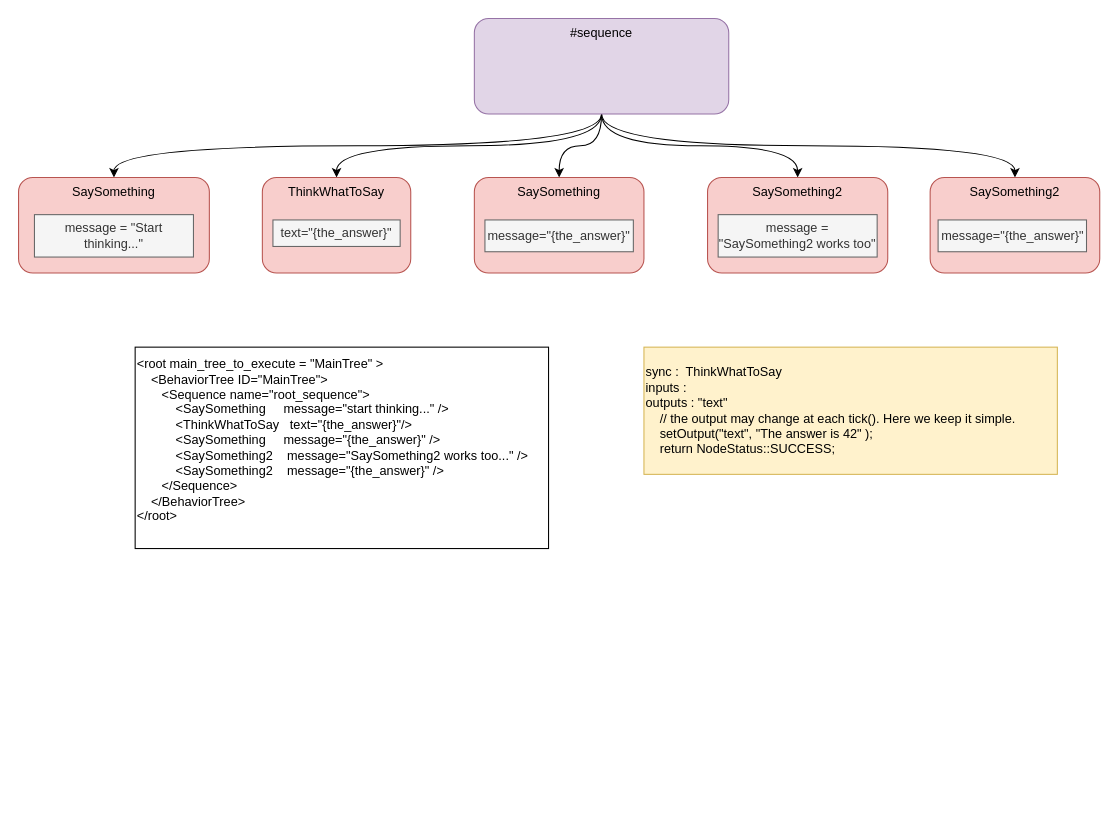
This is tree.drawio from guitarvydas/behavior_tree_to_cpp, a draw.io file, before an edit. Source tidied: cells renumbered, new cells numbered last; positions are measured from the earlier drawing's top-left corner, leaving out a move shared by most shapes. Both pictures are drawn from the tidied source at 106%, with x=0, y=0 at pixel (18, 18).
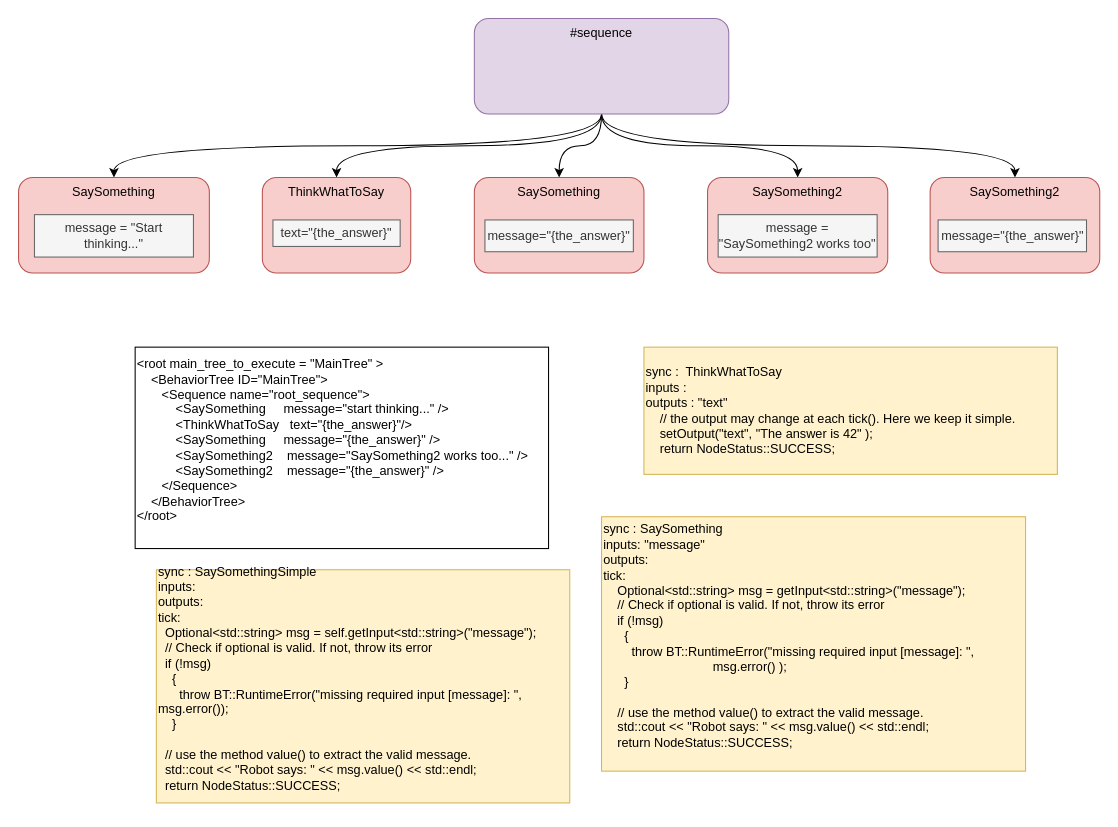
After the change.

The edit, as a diff of the source:
```diff
@@
+    <mxCell id="20" value="&lt;div&gt;&lt;div&gt;sync : SaySomething&lt;/div&gt;&lt;div&gt;inputs: &quot;message&quot;&lt;/div&gt;&lt;div&gt;outputs:&lt;/div&gt;&lt;div&gt;tick:&lt;/div&gt;&lt;div&gt;&amp;nbsp; &amp;nbsp; Optional&amp;lt;std::string&amp;gt; msg = getInput&amp;lt;std::string&amp;gt;(&quot;message&quot;);&lt;/div&gt;&lt;div&gt;&amp;nbsp; &amp;nbsp; // Check if optional is valid. If not, throw its error&lt;/div&gt;&lt;div&gt;&amp;nbsp; &amp;nbsp; if (!msg)&lt;/div&gt;&lt;div&gt;&amp;nbsp; &amp;nbsp; &amp;nbsp; {&lt;/div&gt;&lt;div&gt;&amp;nbsp; &amp;nbsp; &amp;nbsp; &amp;nbsp; throw BT::RuntimeError(&quot;missing required input [message]: &quot;,&amp;nbsp;&lt;/div&gt;&lt;div&gt;&amp;nbsp; &amp;nbsp; &amp;nbsp; &amp;nbsp; &amp;nbsp; &amp;nbsp; &amp;nbsp; &amp;nbsp; &amp;nbsp; &amp;nbsp; &amp;nbsp; &amp;nbsp; &amp;nbsp; &amp;nbsp; &amp;nbsp; &amp;nbsp;msg.error() );&lt;/div&gt;&lt;div&gt;&amp;nbsp; &amp;nbsp; &amp;nbsp; }&lt;/div&gt;&lt;div&gt;&lt;br&gt;&lt;/div&gt;&lt;div&gt;&amp;nbsp; &amp;nbsp; // use the method value() to extract the valid message.&lt;/div&gt;&lt;div&gt;&amp;nbsp; &amp;nbsp; std::cout &amp;lt;&amp;lt; &quot;Robot says: &quot; &amp;lt;&amp;lt; msg.value() &amp;lt;&amp;lt; std::endl;&lt;/div&gt;&lt;div&gt;&amp;nbsp; &amp;nbsp; return NodeStatus::SUCCESS;&lt;/div&gt;&lt;/div&gt;&lt;div&gt;&lt;br&gt;&lt;/div&gt;" style="rounded=0;whiteSpace=wrap;html=1;align=left;fillColor=#fff2cc;strokeColor=#d6b656;" parent="1" vertex="1">
+      <mxGeometry x="550" y="470" width="400" height="240" as="geometry" />
+    </mxCell>
+    <mxCell id="21" value="&lt;div&gt;sync : SaySomethingSimple&lt;/div&gt;&lt;div&gt;inputs:&lt;/div&gt;&lt;div&gt;outputs:&lt;/div&gt;&lt;div&gt;tick:&lt;/div&gt;&lt;div&gt;&amp;nbsp; Optional&amp;lt;std::string&amp;gt; msg = self.getInput&amp;lt;std::string&amp;gt;(&quot;message&quot;);&lt;/div&gt;&lt;div&gt;&amp;nbsp; // Check if optional is valid. If not, throw its error&lt;/div&gt;&lt;div&gt;&amp;nbsp; if (!msg)&lt;/div&gt;&lt;div&gt;&amp;nbsp; &amp;nbsp; {&lt;/div&gt;&lt;div&gt;&amp;nbsp; &amp;nbsp; &amp;nbsp; throw BT::RuntimeError(&quot;missing required input [message]: &quot;, msg.error());&lt;/div&gt;&lt;div&gt;&amp;nbsp; &amp;nbsp; }&lt;/div&gt;&lt;div&gt;&lt;br&gt;&lt;/div&gt;&lt;div&gt;&amp;nbsp; // use the method value() to extract the valid message.&lt;/div&gt;&lt;div&gt;&amp;nbsp; std::cout &amp;lt;&amp;lt; &quot;Robot says: &quot; &amp;lt;&amp;lt; msg.value() &amp;lt;&amp;lt; std::endl;&lt;/div&gt;&lt;div&gt;&amp;nbsp; return NodeStatus::SUCCESS;&lt;/div&gt;&lt;div&gt;&lt;br&gt;&lt;/div&gt;" style="rounded=0;whiteSpace=wrap;html=1;align=left;fillColor=#fff2cc;strokeColor=#d6b656;" parent="1" vertex="1">
+      <mxGeometry x="130" y="520" width="390" height="220" as="geometry" />
+    </mxCell>
```
